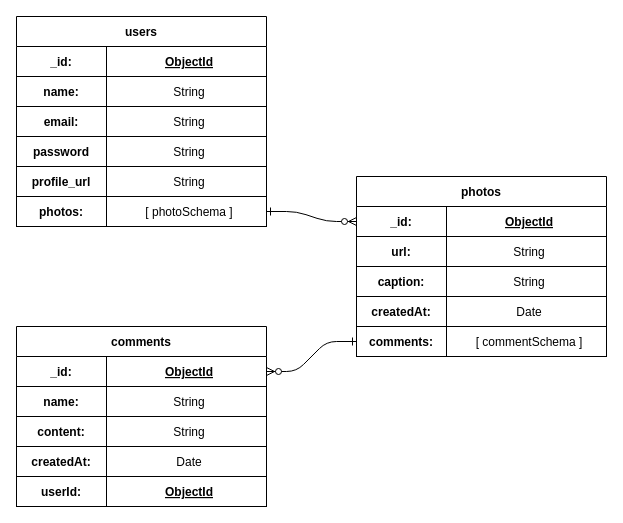
Above: Untitled Diagram.drawio in philjang/sf-upstream (draw.io), before the change. Source tidied: cells renumbered, new cells numbered last; positions are measured from the earlier drawing's top-left corner, leaving out a move shared by most shapes. Both pictures are drawn from the tidied source at 100%, with x=0, y=0 at pixel (16, 16).
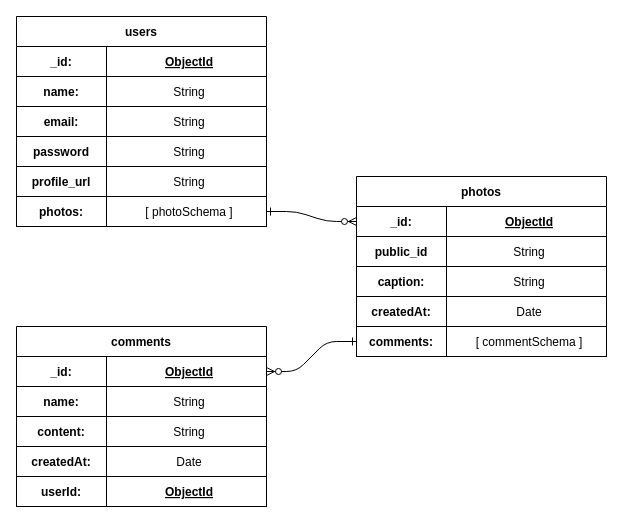
The same diagram, later.

The change refers to these unchanged cells:
```xml
<mxCell id="26" style="shape=tableRow;horizontal=0;startSize=0;swimlaneHead=0;swimlaneBody=0;fillColor=none;top=0;left=0;right=0;bottom=1;" parent="22" vertex="1">
  <mxGeometry y="60" width="250" height="30" as="geometry" />
</mxCell>
```

Diff of the diagram source:
```diff
@@
-    <mxCell id="27" value="url:" style="shape=partialRectangle;fillColor=none;top=0;left=0;bottom=0;right=0;fontStyle=1;overflow=hidden;" parent="26" vertex="1">
+    <mxCell id="27" value="public_id" style="shape=partialRectangle;fillColor=none;top=0;left=0;bottom=0;right=0;fontStyle=1;overflow=hidden;" parent="26" vertex="1">
       <mxGeometry width="90" height="30" as="geometry" />
     </mxCell>
```
